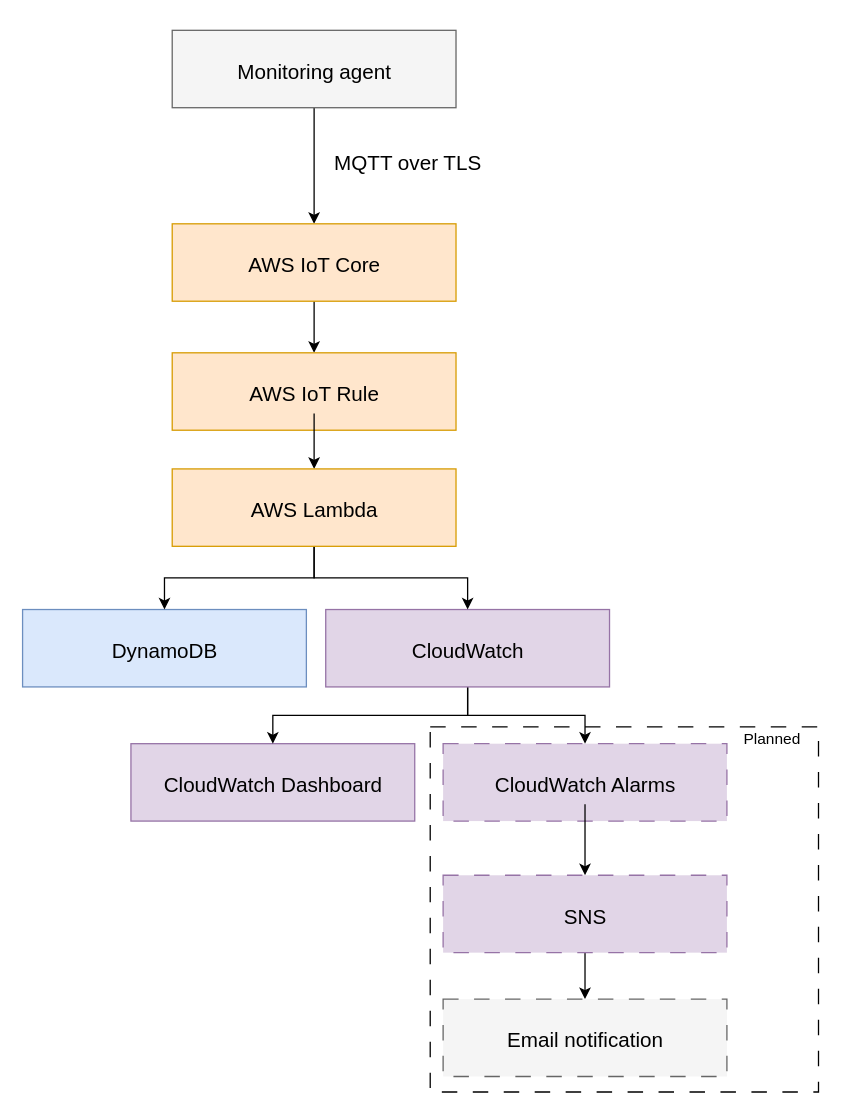
Earlier version of the draw.io diagram architecture/architecture.drawio (Mibiss/homepulse-aws). Source tidied: cells renumbered, new cells numbered last; positions are measured from the earlier drawing's top-left corner, leaving out a move shared by most shapes. Both pictures are drawn from the tidied source at 129%, with x=0, y=0 at pixel (22, 30).
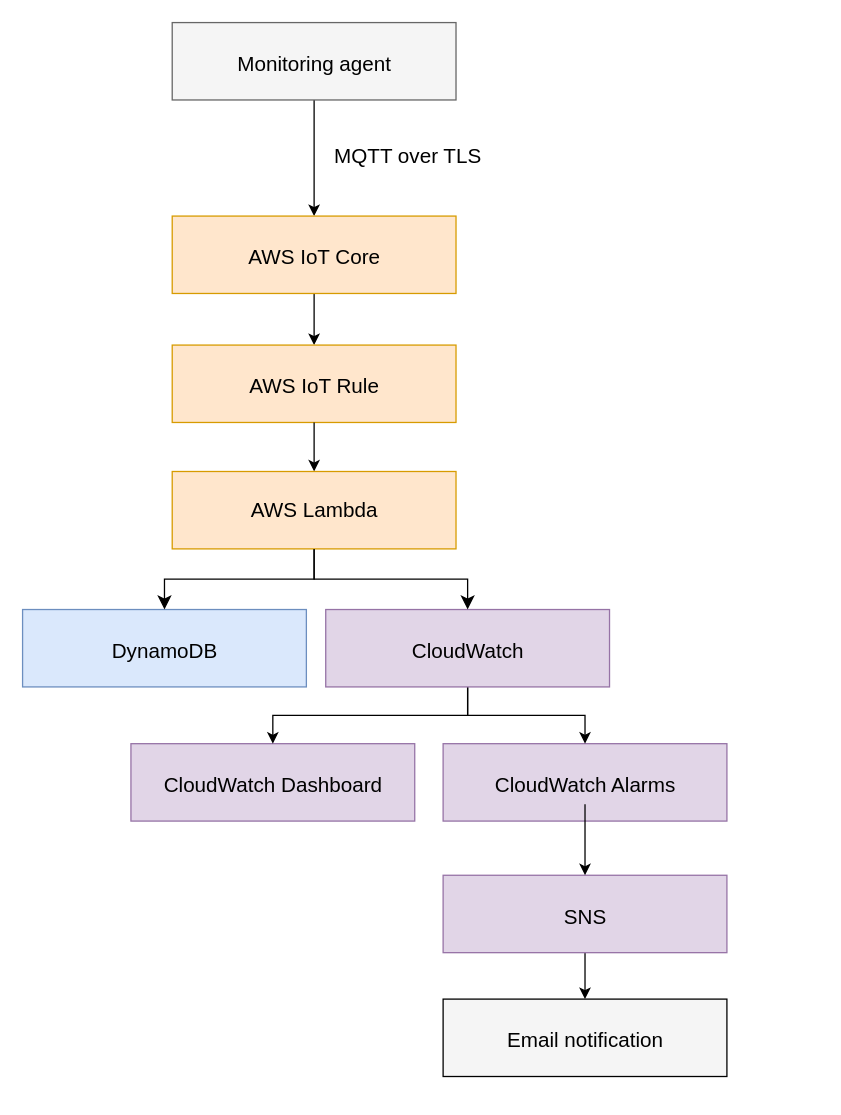
After the change.

Commit message (it also covers changes not shown here):
docs(architecture): add final HomePulse architecture diagram

The change refers to these unchanged cells:
```xml
<mxCell id="24" style="rounded=0;whiteSpace=wrap;html=1;fillColor=#e1d5e7;strokeColor=#9673a6;" parent="1" vertex="1">
  <mxGeometry x="235" y="449" width="220" height="60" as="geometry" />
</mxCell>
<mxCell id="26" style="rounded=0;whiteSpace=wrap;html=1;fillColor=#dae8fc;strokeColor=#6c8ebf;" parent="1" vertex="1">
  <mxGeometry y="449" width="220" height="60" as="geometry" />
</mxCell>
```

Change to the diagram source:
```diff
@@
-    <mxCell id="2" style="rounded=0;whiteSpace=wrap;html=1;dashed=1;dashPattern=12 12;strokeColor=default;gradientColor=none;glass=0;" parent="1" vertex="1">
-      <mxGeometry x="316" y="540" width="301" height="283" as="geometry" />
-    </mxCell>
@@
     <mxCell id="4" style="rounded=0;whiteSpace=wrap;html=1;fillColor=#f5f5f5;fontColor=#333333;strokeColor=#666666;" parent="1" vertex="1">
-      <mxGeometry x="116" width="220" height="60" as="geometry" />
+      <mxGeometry x="116" y="-6" width="220" height="60" as="geometry" />
     </mxCell>
     <mxCell id="5" value="&lt;span style=&quot;text-align: start; font-size: medium;&quot;&gt;Monitoring agent&lt;/span&gt;" style="text;html=1;whiteSpace=wrap;strokeColor=none;fillColor=none;align=center;verticalAlign=middle;rounded=0;" parent="1" vertex="1">
-      <mxGeometry x="142.5" y="17" width="167" height="30" as="geometry" />
+      <mxGeometry x="142.5" y="11" width="167" height="30" as="geometry" />
     </mxCell>
@@
     <mxCell id="7" style="rounded=0;whiteSpace=wrap;html=1;fillColor=#ffe6cc;strokeColor=#d79b00;" parent="1" vertex="1">
-      <mxGeometry x="116" y="150" width="220" height="60" as="geometry" />
+      <mxGeometry x="116" y="144" width="220" height="60" as="geometry" />
     </mxCell>
     <mxCell id="8" value="&lt;span style=&quot;text-align: start; font-size: medium;&quot;&gt;AWS IoT Core&lt;/span&gt;" style="text;html=1;whiteSpace=wrap;strokeColor=none;fillColor=none;align=center;verticalAlign=middle;rounded=0;" parent="1" vertex="1">
-      <mxGeometry x="142.5" y="167" width="167" height="30" as="geometry" />
+      <mxGeometry x="142.5" y="161" width="167" height="30" as="geometry" />
     </mxCell>
     <mxCell id="9" style="rounded=0;whiteSpace=wrap;html=1;fillColor=#ffe6cc;strokeColor=#d79b00;" parent="1" vertex="1">
-      <mxGeometry x="116" y="250" width="220" height="60" as="geometry" />
+      <mxGeometry x="116" y="244" width="220" height="60" as="geometry" />
     </mxCell>
-    <mxCell id="10" style="edgeStyle=orthogonalEdgeStyle;rounded=0;jettySize=auto;html=1;entryX=0.5;entryY=0;entryDx=0;entryDy=0;" parent="1" edge="1" source="11" target="30">
+    <mxCell id="10" style="edgeStyle=orthogonalEdgeStyle;rounded=0;jettySize=auto;html=1;entryX=0.5;entryY=0;entryDx=0;entryDy=0;exitX=0.5;exitY=1;exitDx=0;exitDy=0;" parent="1" edge="1" source="9" target="30">
       <mxGeometry relative="1" as="geometry" />
     </mxCell>
     <mxCell id="11" value="&lt;span style=&quot;text-align: start; font-size: medium;&quot;&gt;AWS IoT Rule&lt;/span&gt;" style="text;html=1;whiteSpace=wrap;strokeColor=none;fillColor=none;align=center;verticalAlign=middle;rounded=0;" parent="1" vertex="1">
-      <mxGeometry x="142.5" y="267" width="167" height="30" as="geometry" />
+      <mxGeometry x="142.5" y="261" width="167" height="30" as="geometry" />
     </mxCell>
@@
-    <mxCell id="13" style="rounded=0;whiteSpace=wrap;html=1;dashed=1;dashPattern=12 12;fillColor=#e1d5e7;strokeColor=#9673a6;" parent="1" vertex="1">
+    <mxCell id="13" style="rounded=0;whiteSpace=wrap;html=1;fillColor=#e1d5e7;strokeColor=#9673a6;" parent="1" vertex="1">
       <mxGeometry x="326" y="655" width="220" height="60" as="geometry" />
     </mxCell>
@@
-    <mxCell id="15" style="rounded=0;whiteSpace=wrap;html=1;dashed=1;dashPattern=12 12;fillColor=#f5f5f5;fontColor=#333333;strokeColor=#666666;" parent="1" vertex="1">
+    <mxCell id="15" style="rounded=0;whiteSpace=wrap;html=1;fillColor=#f5f5f5;fontColor=#333333;strokeColor=default;" parent="1" vertex="1">
       <mxGeometry x="326" y="751" width="220" height="60" as="geometry" />
     </mxCell>
@@
-    <mxCell id="17" style="rounded=0;whiteSpace=wrap;html=1;dashed=1;dashPattern=12 12;fillColor=#e1d5e7;strokeColor=#9673a6;" parent="1" vertex="1">
+    <mxCell id="17" style="rounded=0;whiteSpace=wrap;html=1;fillColor=#e1d5e7;strokeColor=#9673a6;" parent="1" vertex="1">
       <mxGeometry x="326" y="553" width="220" height="60" as="geometry" />
     </mxCell>
@@
-    <mxCell id="28" style="edgeStyle=orthogonalEdgeStyle;rounded=0;jettySize=auto;html=1;exitX=0.5;exitY=1;exitDx=0;exitDy=0;entryX=0.5;entryY=0;entryDx=0;entryDy=0;" parent="1" edge="1" source="30" target="26">
+    <mxCell id="28" style="edgeStyle=orthogonalEdgeStyle;rounded=0;jettySize=auto;html=1;entryX=0.5;entryY=0;entryDx=0;entryDy=0;fontSize=12;startSize=8;endSize=8;" parent="1" edge="1" source="30" target="26">
       <mxGeometry relative="1" as="geometry" />
     </mxCell>
+    <mxCell id="30" style="rounded=0;whiteSpace=wrap;html=1;fillColor=#ffe6cc;strokeColor=#d79b00;" parent="1" vertex="1">
+      <mxGeometry x="116" y="342" width="220" height="60" as="geometry" />
+    </mxCell>
-    <mxCell id="29" style="edgeStyle=orthogonalEdgeStyle;rounded=0;jettySize=auto;html=1;exitX=0.5;exitY=1;exitDx=0;exitDy=0;entryX=0.5;entryY=0;entryDx=0;entryDy=0;" parent="1" edge="1" source="30" target="24">
+    <mxCell id="29" style="edgeStyle=orthogonalEdgeStyle;rounded=0;jettySize=auto;html=1;entryX=0.5;entryY=0;entryDx=0;entryDy=0;fontSize=12;startSize=8;endSize=8;exitX=0.5;exitY=1;exitDx=0;exitDy=0;" parent="1" edge="1" source="30" target="24">
       <mxGeometry relative="1" as="geometry" />
     </mxCell>
-    <mxCell id="30" style="rounded=0;whiteSpace=wrap;html=1;fillColor=#ffe6cc;strokeColor=#d79b00;" parent="1" vertex="1">
-      <mxGeometry x="116" y="340" width="220" height="60" as="geometry" />
-    </mxCell>
@@
     <mxCell id="32" value="&lt;span style=&quot;text-align: start; font-size: medium;&quot;&gt;MQTT over TLS&lt;/span&gt;" style="text;html=1;whiteSpace=wrap;strokeColor=none;fillColor=none;align=center;verticalAlign=middle;rounded=0;" parent="1" vertex="1">
-      <mxGeometry x="235" y="88" width="128" height="30" as="geometry" />
+      <mxGeometry x="235" y="82" width="128" height="30" as="geometry" />
     </mxCell>
-    <mxCell id="33" value="Planned&amp;nbsp;" style="text;html=1;whiteSpace=wrap;strokeColor=none;fillColor=none;align=center;verticalAlign=middle;rounded=0;" parent="1" vertex="1">
-      <mxGeometry x="553" y="535" width="60" height="30" as="geometry" />
-    </mxCell>
```
